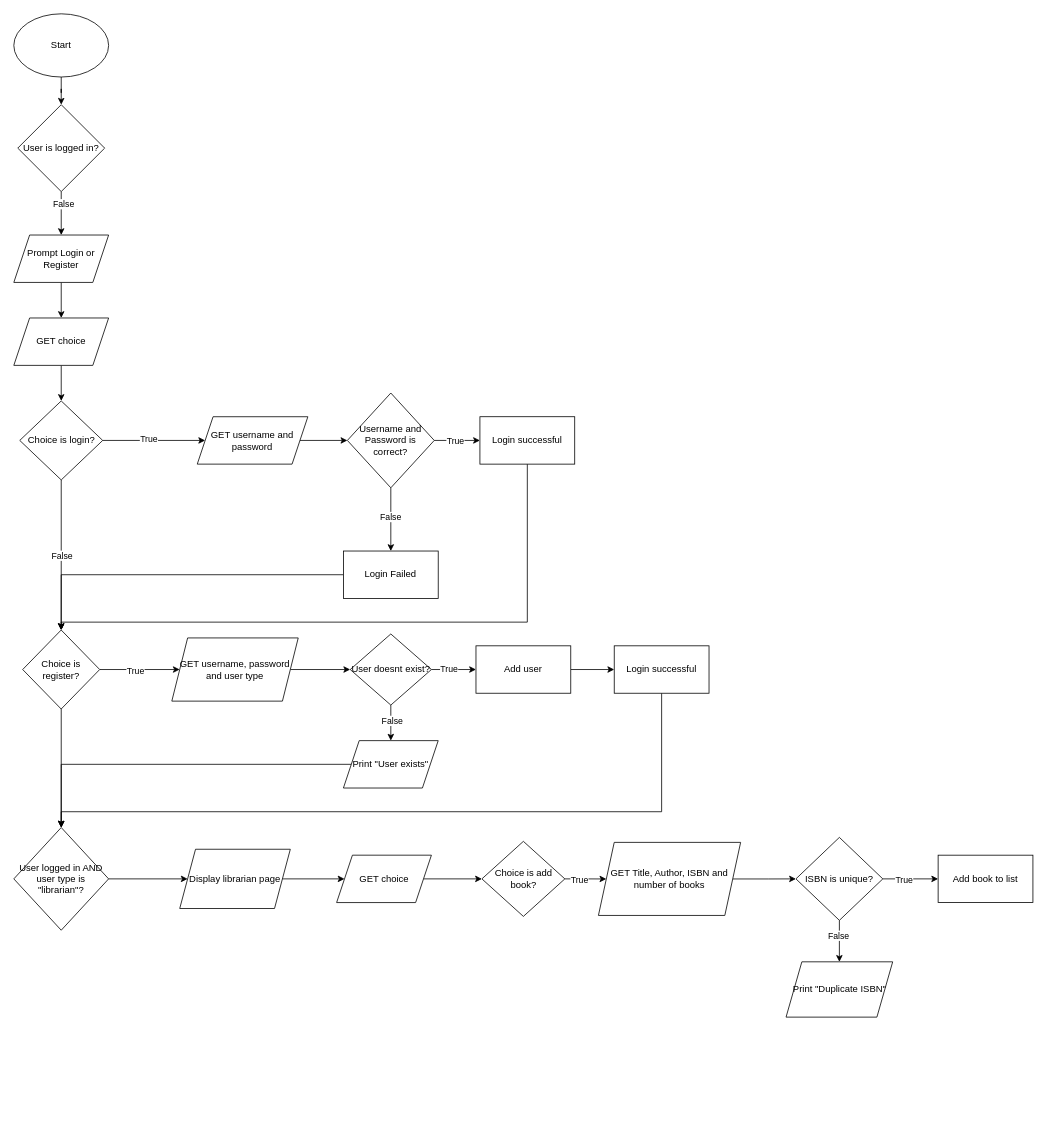
This is OOPROG/JAVA_SLMS/SLMS.drawio from skaarfundgandr/ACTIVITIES_AND_PROJECTS, a draw.io file, before an edit. Source tidied: cells renumbered, new cells numbered last; positions are measured from the earlier drawing's top-left corner, leaving out a move shared by most shapes. Both pictures are drawn from the tidied source at 79%, with x=0, y=0 at pixel (13, 13).
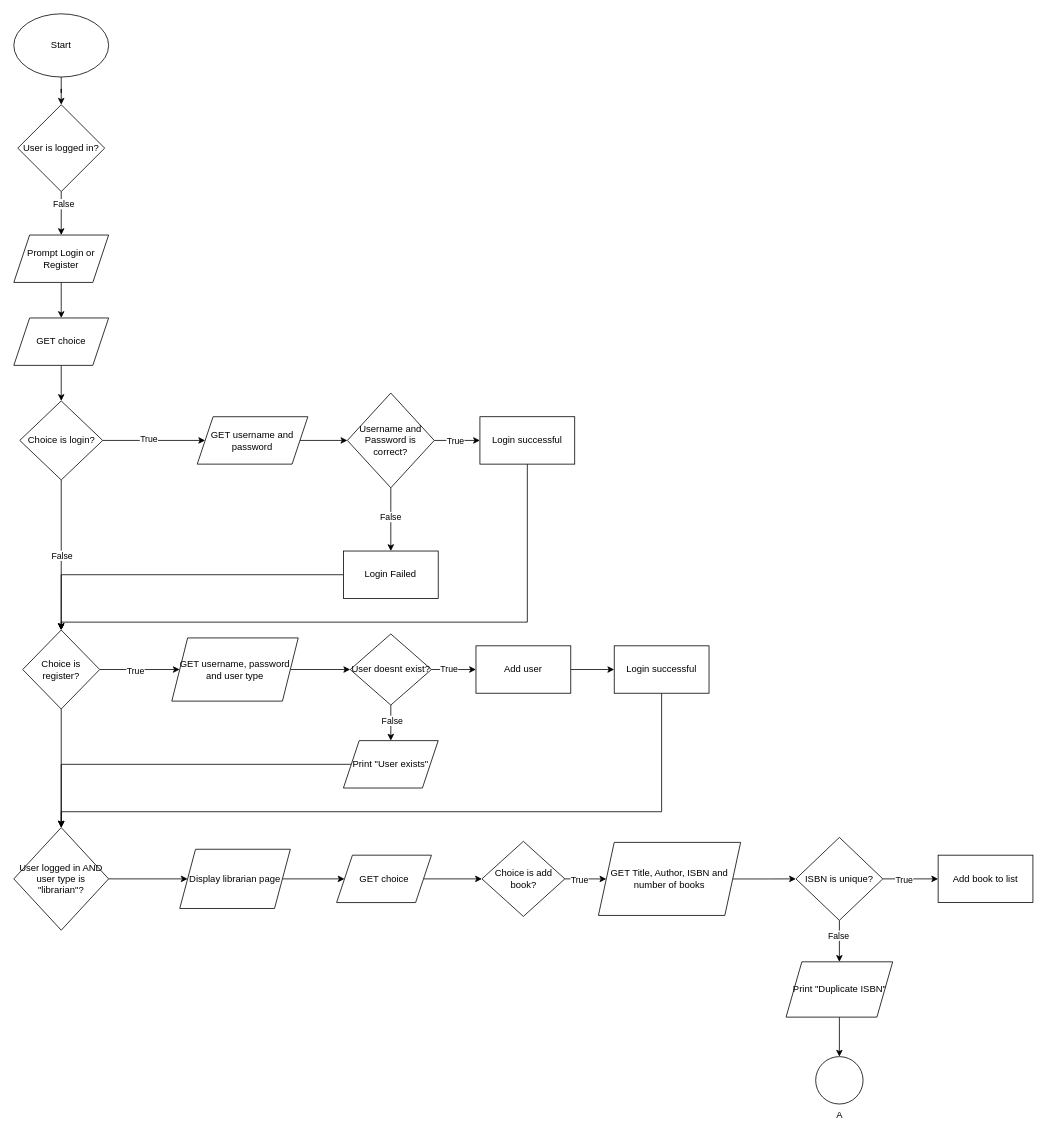
Above is the later version.

The change refers to these unchanged cells:
```xml
<mxCell id="61" value="Print &quot;Duplicate ISBN&quot;" style="shape=parallelogram;perimeter=parallelogramPerimeter;whiteSpace=wrap;html=1;fixedSize=1;" parent="1" vertex="1">
  <mxGeometry x="977.5" y="1200" width="135" height="70" as="geometry" />
</mxCell>
```

What changed in the source:
```diff
@@
+    <mxCell id="62" style="edgeStyle=orthogonalEdgeStyle;rounded=0;jettySize=auto;html=1;" parent="1" edge="1" source="61" target="63">
+      <mxGeometry relative="1" as="geometry" />
+    </mxCell>
@@
+    <mxCell id="63" value="A" style="verticalLabelPosition=bottom;verticalAlign=top;html=1;shape=mxgraph.flowchart.on-page_reference;" parent="1" vertex="1">
+      <mxGeometry x="1015" y="1320" width="60" height="60" as="geometry" />
+    </mxCell>
```
